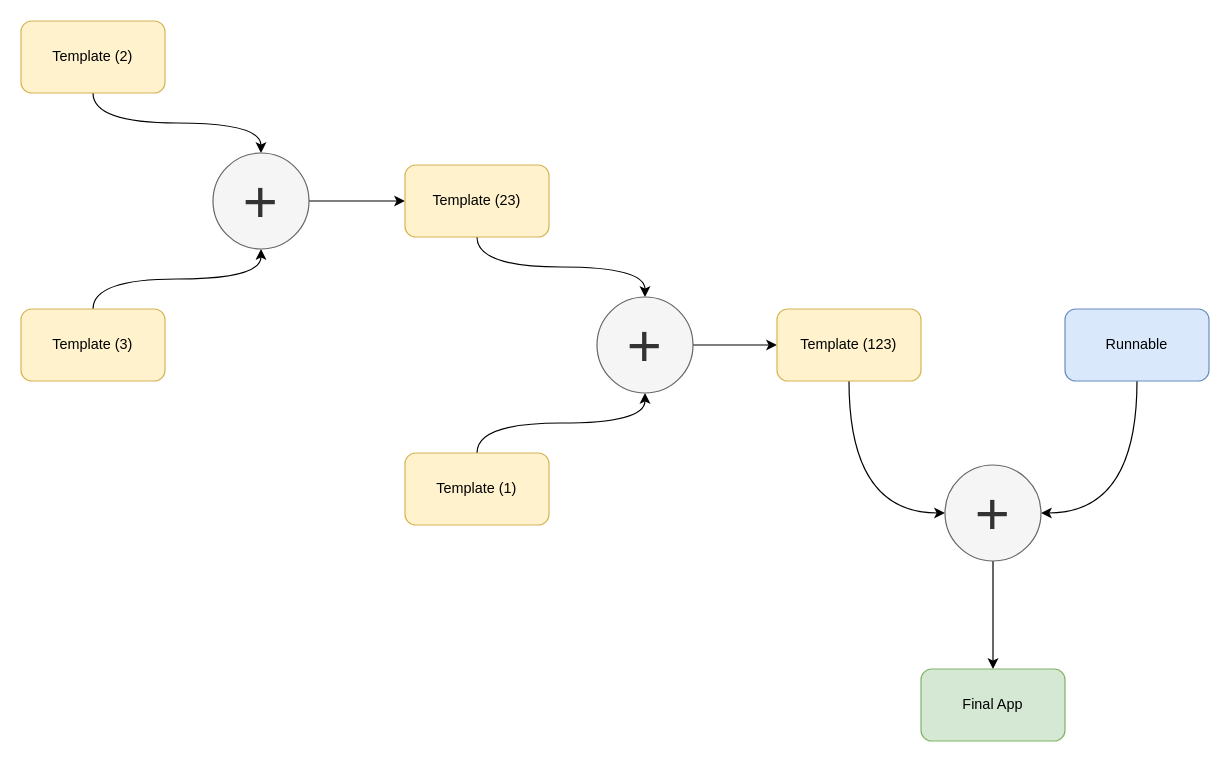
The draw.io diagram page "Overview ASC Construction" (7 of 8) of v2/hello.drawio in guitarvydas/asc-manually, before the edit. Source tidied: cells renumbered, new cells numbered last; positions are measured from the earlier drawing's top-left corner, leaving out a move shared by most shapes. Both pictures are drawn from the tidied source at 120%, with x=0, y=0 at pixel (20, 20).
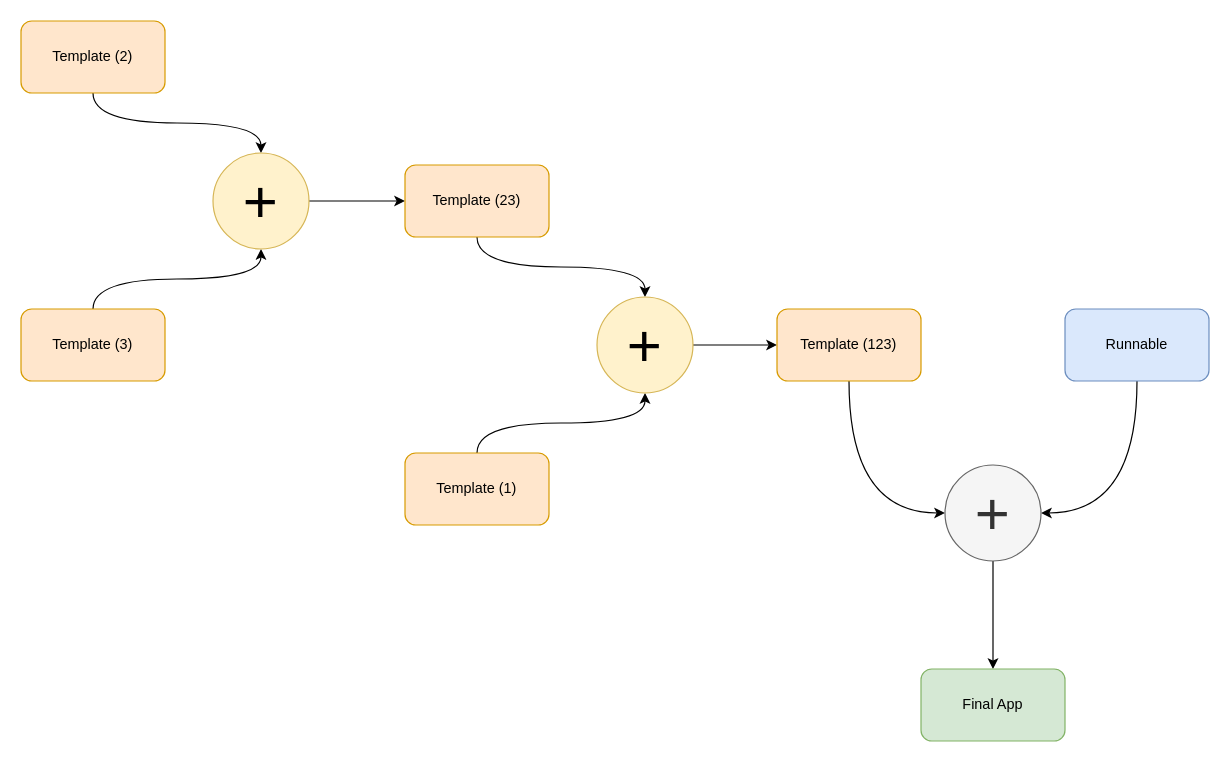
Above is the later version.

Diff of the diagram source:
```diff
@@
-    <mxCell id="3" value="Template (2)" style="rounded=1;whiteSpace=wrap;html=1;fillColor=#fff2cc;strokeColor=#d6b656;" parent="1" vertex="1">
+    <mxCell id="3" value="Template (2)" style="rounded=1;whiteSpace=wrap;html=1;fillColor=#ffe6cc;strokeColor=#d79b00;" parent="1" vertex="1">
       <mxGeometry width="120" height="60" as="geometry" />
     </mxCell>
@@
-    <mxCell id="5" value="Template (3)" style="rounded=1;whiteSpace=wrap;html=1;fillColor=#fff2cc;strokeColor=#d6b656;" parent="1" vertex="1">
+    <mxCell id="5" value="Template (3)" style="rounded=1;whiteSpace=wrap;html=1;fillColor=#ffe6cc;strokeColor=#d79b00;" parent="1" vertex="1">
       <mxGeometry y="240" width="120" height="60" as="geometry" />
     </mxCell>
@@
-    <mxCell id="7" value="&lt;font style=&quot;font-size: 50px&quot;&gt;+&lt;/font&gt;" style="ellipse;whiteSpace=wrap;html=1;fillColor=#f5f5f5;strokeColor=#666666;fontColor=#333333;" parent="1" vertex="1">
+    <mxCell id="7" value="&lt;font style=&quot;font-size: 50px&quot;&gt;+&lt;/font&gt;" style="ellipse;whiteSpace=wrap;html=1;fillColor=#fff2cc;strokeColor=#d6b656;" parent="1" vertex="1">
       <mxGeometry x="160" y="110" width="80" height="80" as="geometry" />
     </mxCell>
@@
-    <mxCell id="9" value="Template (23)" style="rounded=1;whiteSpace=wrap;html=1;fillColor=#fff2cc;strokeColor=#d6b656;" parent="1" vertex="1">
+    <mxCell id="9" value="Template (23)" style="rounded=1;whiteSpace=wrap;html=1;fillColor=#ffe6cc;strokeColor=#d79b00;" parent="1" vertex="1">
       <mxGeometry x="320" y="120" width="120" height="60" as="geometry" />
     </mxCell>
@@
-    <mxCell id="11" value="Template (1)" style="rounded=1;whiteSpace=wrap;html=1;fillColor=#fff2cc;strokeColor=#d6b656;" parent="1" vertex="1">
+    <mxCell id="11" value="Template (1)" style="rounded=1;whiteSpace=wrap;html=1;fillColor=#ffe6cc;strokeColor=#d79b00;" parent="1" vertex="1">
       <mxGeometry x="320" y="360" width="120" height="60" as="geometry" />
     </mxCell>
@@
-    <mxCell id="13" value="&lt;font style=&quot;font-size: 50px&quot;&gt;+&lt;/font&gt;" style="ellipse;whiteSpace=wrap;html=1;fillColor=#f5f5f5;strokeColor=#666666;fontColor=#333333;" parent="1" vertex="1">
+    <mxCell id="13" value="&lt;font style=&quot;font-size: 50px&quot;&gt;+&lt;/font&gt;" style="ellipse;whiteSpace=wrap;html=1;fillColor=#fff2cc;strokeColor=#d6b656;" parent="1" vertex="1">
       <mxGeometry x="480" y="230" width="80" height="80" as="geometry" />
     </mxCell>
@@
-    <mxCell id="15" value="Template (123)" style="rounded=1;whiteSpace=wrap;html=1;fillColor=#fff2cc;strokeColor=#d6b656;" parent="1" vertex="1">
+    <mxCell id="15" value="Template (123)" style="rounded=1;whiteSpace=wrap;html=1;fillColor=#ffe6cc;strokeColor=#d79b00;" parent="1" vertex="1">
       <mxGeometry x="630" y="240" width="120" height="60" as="geometry" />
     </mxCell>
```
